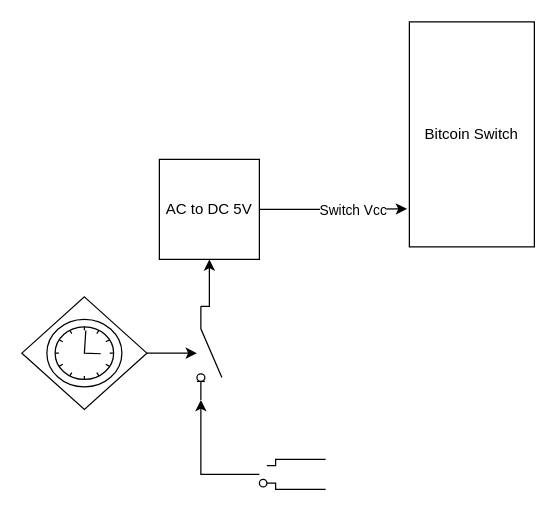
Earlier version of the draw.io diagram Untitled Diagram.drawio (uncleJim21/PlebLabATXLightningDoor). Source tidied: cells renumbered, new cells numbered last; positions are measured from the earlier drawing's top-left corner, leaving out a move shared by most shapes. Both pictures are drawn from the tidied source at 125%, with x=0, y=0 at pixel (21, 21).
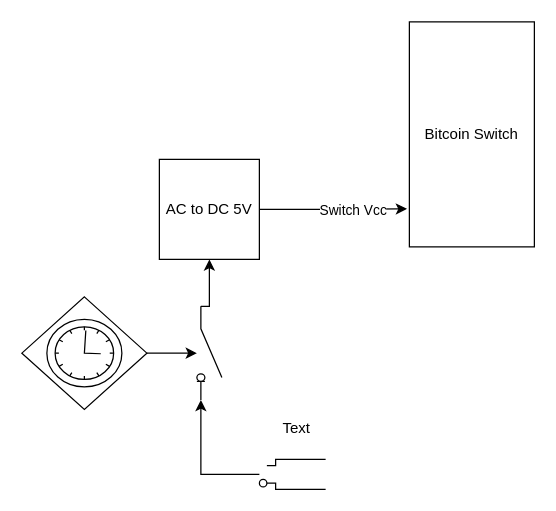
After the change.

What changed in the source:
```diff
@@
 <mxGraphModel>
   <root>
     <mxCell id="0" />
     <mxCell id="1" parent="0" />
     <mxCell id="2" value="Bitcoin Switch" style="rounded=0;whiteSpace=wrap;html=1;" parent="1" vertex="1">
       <mxGeometry x="310" width="100" height="180" as="geometry" />
     </mxCell>
     <mxCell id="3" style="edgeStyle=orthogonalEdgeStyle;rounded=0;jettySize=auto;html=1;exitX=1;exitY=0.5;exitDx=0;exitDy=0;exitPerimeter=0;" parent="1" edge="1" source="4" target="6">
       <mxGeometry relative="1" as="geometry" />
     </mxCell>
     <mxCell id="4" style="points=[[0.25,0.25,0],[0.5,0,0],[0.75,0.25,0],[1,0.5,0],[0.75,0.75,0],[0.5,1,0],[0.25,0.75,0],[0,0.5,0]];shape=mxgraph.bpmn.gateway2;html=1;verticalLabelPosition=bottom;labelBackgroundColor=#ffffff;verticalAlign=top;align=center;perimeter=rhombusPerimeter;outlineConnect=0;outline=standard;symbol=timer;" parent="1" vertex="1">
       <mxGeometry y="220" width="100" height="90" as="geometry" />
     </mxCell>
     <mxCell id="5" style="edgeStyle=orthogonalEdgeStyle;rounded=0;jettySize=auto;html=1;exitX=0;exitY=0.84;exitDx=0;exitDy=0;entryX=0.5;entryY=1;entryDx=0;entryDy=0;" parent="1" edge="1" source="6" target="9">
       <mxGeometry relative="1" as="geometry" />
     </mxCell>
     <mxCell id="6" style="html=1;shape=mxgraph.electrical.electro-mechanical.switchDisconnector;elSwitchState=off;direction=south;" parent="1" vertex="1">
       <mxGeometry x="140" y="227.5" width="20" height="75" as="geometry" />
     </mxCell>
     <mxCell id="7" style="edgeStyle=orthogonalEdgeStyle;rounded=0;jettySize=auto;html=1;exitX=1;exitY=0.5;exitDx=0;exitDy=0;entryX=-0.019;entryY=0.831;entryDx=0;entryDy=0;entryPerimeter=0;" parent="1" edge="1" source="9" target="2">
       <mxGeometry relative="1" as="geometry" />
     </mxCell>
     <mxCell id="8" value="Switch Vcc" style="edgeLabel;html=1;align=center;verticalAlign=middle;" parent="7" vertex="1">
       <mxGeometry x="0.26" y="-1" relative="1" as="geometry" />
     </mxCell>
     <mxCell id="9" value="AC to DC 5V" style="whiteSpace=wrap;html=1;" parent="1" vertex="1">
       <mxGeometry x="110" y="110" width="80" height="80" as="geometry" />
     </mxCell>
     <mxCell id="10" style="edgeStyle=orthogonalEdgeStyle;rounded=0;jettySize=auto;html=1;entryX=1;entryY=0.84;entryDx=0;entryDy=0;" parent="1" edge="1" source="11" target="6">
       <mxGeometry relative="1" as="geometry" />
     </mxCell>
     <mxCell id="11" style="verticalLabelPosition=bottom;shadow=0;dashed=0;align=center;html=1;verticalAlign=top;shape=mxgraph.electrical.miscellaneous.2_conductor_plug;" parent="1" vertex="1">
       <mxGeometry x="190" y="350" width="53" height="24" as="geometry" />
     </mxCell>
+    <mxCell id="12" value="Text" style="text;html=1;strokeColor=none;fillColor=none;align=center;verticalAlign=middle;whiteSpace=wrap;rounded=0;" parent="1" vertex="1">
+      <mxGeometry x="190" y="310" width="60" height="30" as="geometry" />
+    </mxCell>
   </root>
 </mxGraphModel>
```
